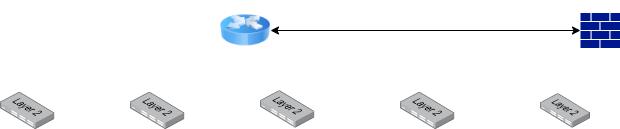
The draw.io diagram secured_network_topology.drawio.png in MwarumbaH-5523/Secured_Networks_Topology, before a commit. Source tidied: cells renumbered, new cells last; positions are measured from the earlier drawing's top-left corner, leaving out a move shared by most shapes. The source it was exported from:
```xml
<mxGraphModel>
  <root>
    <mxCell id="0" />
    <mxCell id="1" parent="0" />
    <mxCell id="2" style="sketch=0;shadow=0;dashed=0;html=1;strokeColor=none;labelPosition=center;verticalLabelPosition=bottom;verticalAlign=top;align=center;fillColor=#00188D;shape=mxgraph.mscae.enterprise.firewall;" parent="1" vertex="1">
      <mxGeometry x="580" y="12.4" width="40" height="35.2" as="geometry" />
    </mxCell>
    <mxCell id="3" style="image;html=1;image=img/lib/clip_art/networking/Router_Icon_128x128.png;" parent="1" vertex="1">
      <mxGeometry x="220" width="50" height="60" as="geometry" />
    </mxCell>
    <mxCell id="4" style="endArrow=classic;startArrow=classic;html=1;rounded=0;entryX=0;entryY=0.5;entryDx=0;entryDy=0;entryPerimeter=0;" parent="1" edge="1" source="3" target="2">
      <mxGeometry relative="1" as="geometry" />
    </mxCell>
    <mxCell id="5" style="image;html=1;align=center;shadow=0;dashed=0;image=img/lib/allied_telesis/switch/Switch_24_port_L2.svg;" parent="1" vertex="1">
      <mxGeometry x="540" y="93.2" width="50" height="34.3" as="geometry" />
    </mxCell>
    <mxCell id="6" style="image;html=1;align=center;shadow=0;dashed=0;image=img/lib/allied_telesis/switch/Switch_24_port_L2.svg;" parent="1" vertex="1">
      <mxGeometry x="400" y="91.7" width="54.4" height="37.3" as="geometry" />
    </mxCell>
    <mxCell id="7" style="image;html=1;align=center;shadow=0;dashed=0;image=img/lib/allied_telesis/switch/Switch_24_port_L2.svg;" parent="1" vertex="1">
      <mxGeometry x="260" y="90.2" width="54.4" height="37.3" as="geometry" />
    </mxCell>
    <mxCell id="8" style="image;html=1;align=center;shadow=0;dashed=0;image=img/lib/allied_telesis/switch/Switch_24_port_L2.svg;" parent="1" vertex="1">
      <mxGeometry x="130" y="91.7" width="54.4" height="37.3" as="geometry" />
    </mxCell>
    <mxCell id="9" style="image;html=1;align=center;shadow=0;dashed=0;image=img/lib/allied_telesis/switch/Switch_24_port_L2.svg;" parent="1" vertex="1">
      <mxGeometry y="91.7" width="54.4" height="37.3" as="geometry" />
    </mxCell>
  </root>
</mxGraphModel>
```
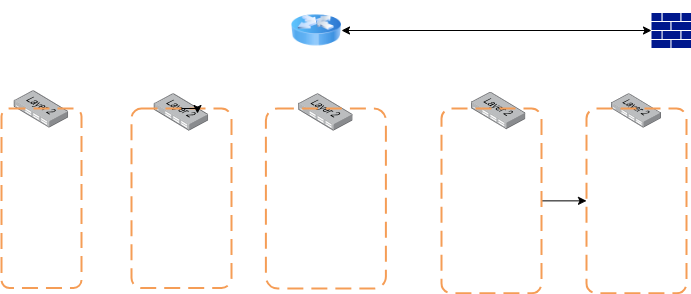
Later version of the same file.

What changed in the source:
```diff
@@ -18,13 +18,34 @@
       <mxGeometry x="400" y="91.7" width="54.4" height="37.3" as="geometry" />
     </mxCell>
     <mxCell id="7" style="image;html=1;align=center;shadow=0;dashed=0;image=img/lib/allied_telesis/switch/Switch_24_port_L2.svg;" parent="1" vertex="1">
-      <mxGeometry x="260" y="90.2" width="54.4" height="37.3" as="geometry" />
+      <mxGeometry x="227.2" y="93.2" width="54.4" height="37.3" as="geometry" />
     </mxCell>
     <mxCell id="8" style="image;html=1;align=center;shadow=0;dashed=0;image=img/lib/allied_telesis/switch/Switch_24_port_L2.svg;" parent="1" vertex="1">
-      <mxGeometry x="130" y="91.7" width="54.4" height="37.3" as="geometry" />
+      <mxGeometry x="82.8" y="93.2" width="54.4" height="37.3" as="geometry" />
     </mxCell>
     <mxCell id="9" style="image;html=1;align=center;shadow=0;dashed=0;image=img/lib/allied_telesis/switch/Switch_24_port_L2.svg;" parent="1" vertex="1">
-      <mxGeometry y="91.7" width="54.4" height="37.3" as="geometry" />
+      <mxGeometry x="-57.2" y="90.2" width="54.4" height="37.3" as="geometry" />
     </mxCell>
+    <mxCell id="10" style="rounded=1;arcSize=10;dashed=1;strokeColor=#F59D56;fillColor=none;gradientColor=none;dashPattern=8 4;strokeWidth=2;" parent="1" vertex="1">
+      <mxGeometry x="-70" y="108" width="80" height="179.5" as="geometry" />
+    </mxCell>
+    <mxCell id="11" style="rounded=1;arcSize=10;dashed=1;strokeColor=#F59D56;fillColor=none;gradientColor=none;dashPattern=8 4;strokeWidth=2;" parent="1" vertex="1">
+      <mxGeometry x="60" y="108" width="100" height="179.5" as="geometry" />
+    </mxCell>
+    <mxCell id="12" style="edgeStyle=orthogonalEdgeStyle;rounded=0;orthogonalLoop=1;jettySize=auto;html=1;exitX=0.5;exitY=0;exitDx=0;exitDy=0;entryX=0.66;entryY=0.028;entryDx=0;entryDy=0;entryPerimeter=0;" parent="1" edge="1" source="11" target="11">
+      <mxGeometry relative="1" as="geometry" />
+    </mxCell>
+    <mxCell id="13" style="rounded=1;arcSize=10;dashed=1;strokeColor=#F59D56;fillColor=none;gradientColor=none;dashPattern=8 4;strokeWidth=2;" parent="1" vertex="1">
+      <mxGeometry x="194.4" y="108" width="120" height="180" as="geometry" />
+    </mxCell>
+    <mxCell id="14" style="edgeStyle=orthogonalEdgeStyle;rounded=0;jettySize=auto;html=1;" parent="1" edge="1" source="15" target="16">
+      <mxGeometry relative="1" as="geometry" />
+    </mxCell>
+    <mxCell id="15" style="rounded=1;arcSize=10;dashed=1;strokeColor=#F59D56;fillColor=none;gradientColor=none;dashPattern=8 4;strokeWidth=2;" parent="1" vertex="1">
+      <mxGeometry x="370" y="108" width="100" height="184.7" as="geometry" />
+    </mxCell>
+    <mxCell id="16" style="rounded=1;arcSize=10;dashed=1;strokeColor=#F59D56;fillColor=none;gradientColor=none;dashPattern=8 4;strokeWidth=2;" parent="1" vertex="1">
+      <mxGeometry x="515" y="108" width="100" height="184.7" as="geometry" />
+    </mxCell>
   </root>
 </mxGraphModel>
```
